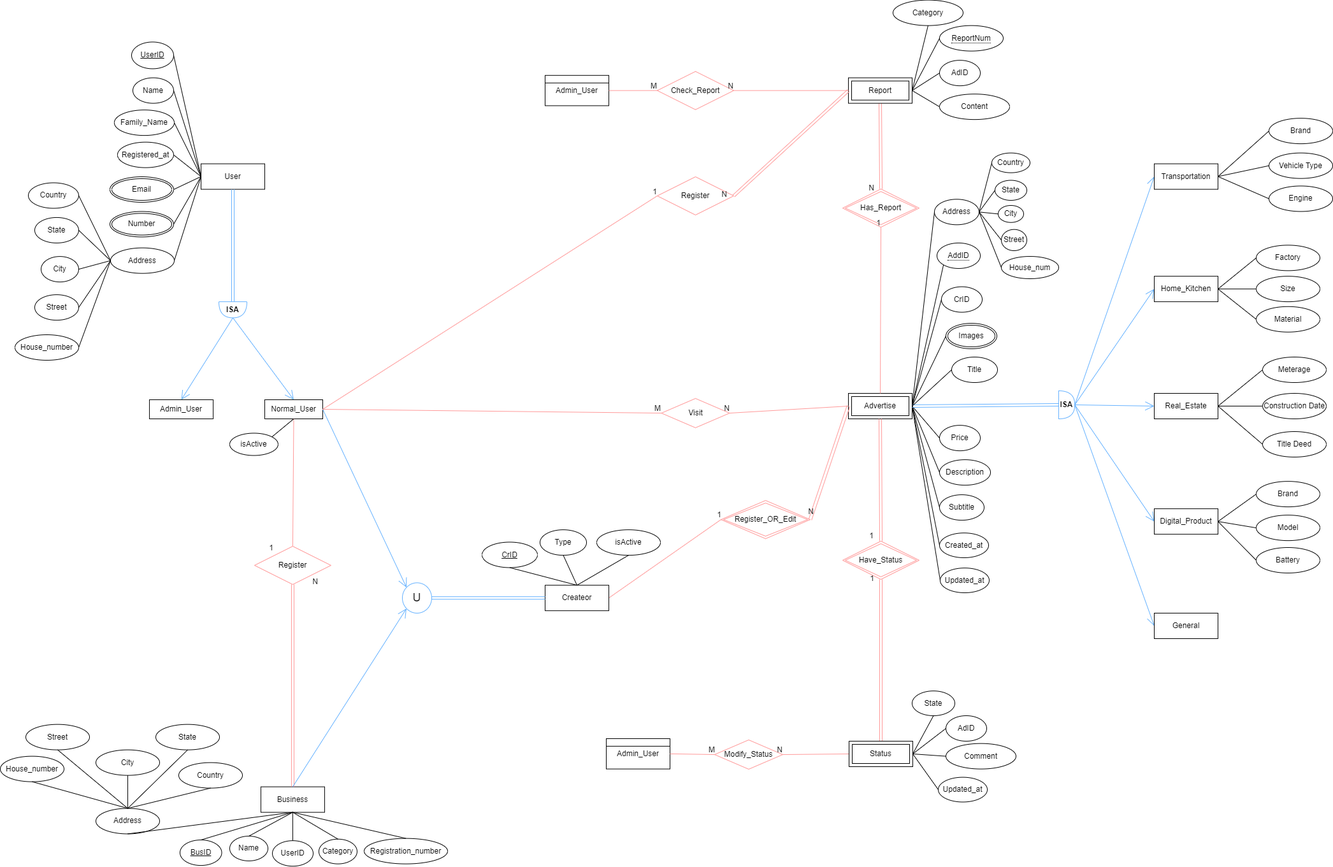
Before: DB_Project_ER.png, a diagram exported from draw.io (raziie/Divar_DB). Source tidied: cells renumbered, new cells last; positions are measured from the earlier drawing's top-left corner, leaving out a move shared by most shapes.
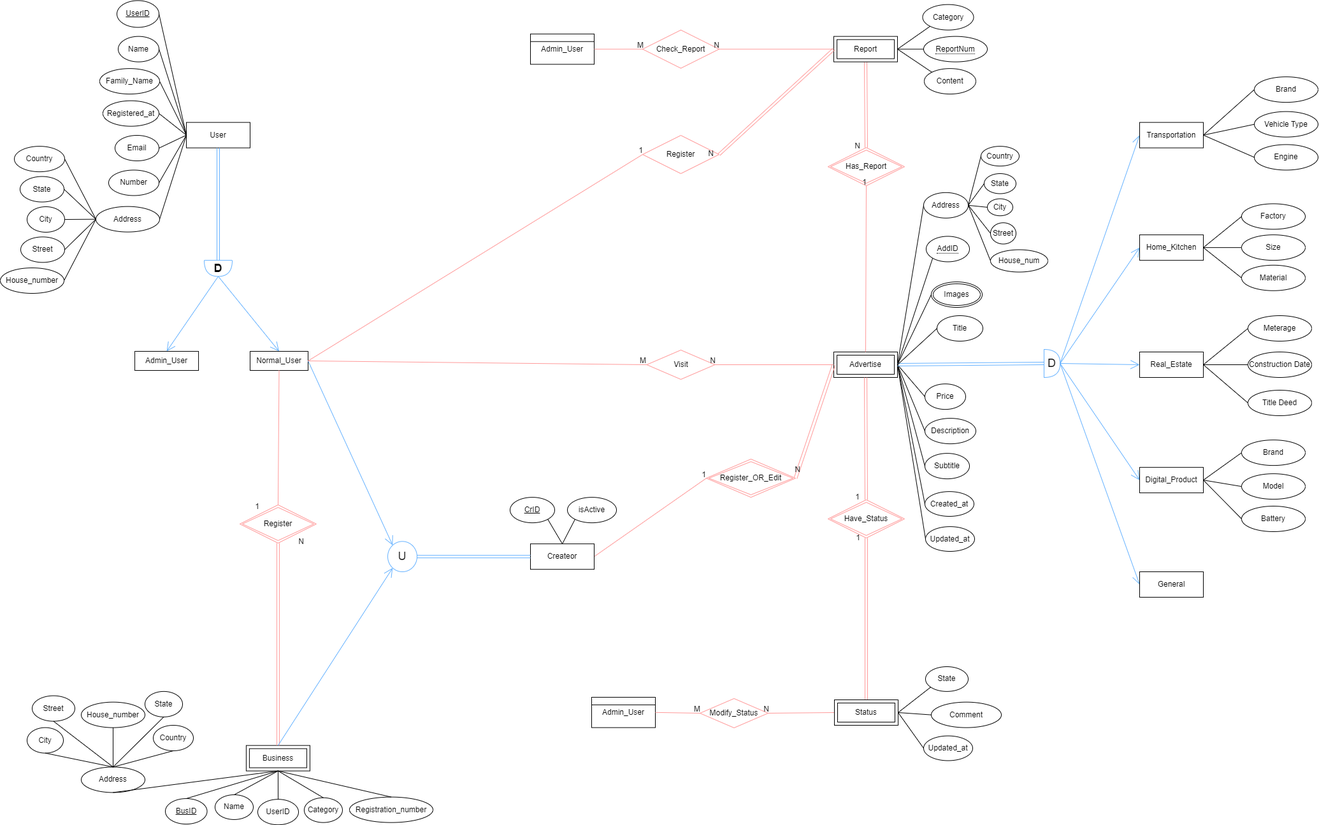
After the commit.

Commit message:
update sql for table creation

What changed in the source:
```diff
@@ -24,5 +24,2 @@
     </mxCell>
-    <mxCell id="8" value="CrID" style="ellipse;whiteSpace=wrap;html=1;align=center;" parent="1" vertex="1">
-      <mxGeometry x="1477" y="449.6" width="64" height="40" as="geometry" />
-    </mxCell>
     <mxCell id="9" value="Images" style="ellipse;shape=doubleEllipse;margin=3;whiteSpace=wrap;html=1;align=center;" parent="1" vertex="1">
@@ -42,6 +39,3 @@
     </mxCell>
-    <mxCell id="14" value="AdID" style="ellipse;whiteSpace=wrap;html=1;align=center;" parent="1" vertex="1">
-      <mxGeometry x="1484" y="1123" width="64" height="40" as="geometry" />
-    </mxCell>
-    <mxCell id="15" value="Business" style="whiteSpace=wrap;html=1;align=center;" parent="1" vertex="1">
+    <mxCell id="15" value="Business" style="shape=ext;margin=3;double=1;whiteSpace=wrap;html=1;align=center;" parent="1" vertex="1">
       <mxGeometry x="408.9" y="1234.6" width="100" height="40" as="geometry" />
@@ -58,7 +52,4 @@
     <mxCell id="19" value="Content" style="ellipse;whiteSpace=wrap;html=1;align=center;" parent="1" vertex="1">
-      <mxGeometry x="1474" y="147.1" width="110" height="40" as="geometry" />
+      <mxGeometry x="1473" y="172.1" width="81" height="40" as="geometry" />
     </mxCell>
-    <mxCell id="20" value="AdID" style="ellipse;whiteSpace=wrap;html=1;align=center;" parent="1" vertex="1">
-      <mxGeometry x="1474" y="94.1" width="64" height="40" as="geometry" />
-    </mxCell>
     <mxCell id="21" value="Report" style="shape=ext;margin=3;double=1;whiteSpace=wrap;html=1;align=center;" parent="1" vertex="1">
@@ -102,6 +93,6 @@
     <mxCell id="33" value="Admin_User" style="whiteSpace=wrap;html=1;align=center;" parent="1" vertex="1">
-      <mxGeometry x="234.1" y="627" width="100" height="30" as="geometry" />
+      <mxGeometry x="234.1" y="616" width="100" height="30" as="geometry" />
     </mxCell>
     <mxCell id="34" value="Normal_User" style="whiteSpace=wrap;html=1;align=center;" parent="1" vertex="1">
-      <mxGeometry x="415" y="627" width="91" height="30" as="geometry" />
+      <mxGeometry x="415" y="616" width="91" height="30" as="geometry" />
     </mxCell>
@@ -128,6 +119,3 @@
     </mxCell>
-    <mxCell id="42" style="endArrow=none;html=1;rounded=0;entryX=0;entryY=0.5;entryDx=0;entryDy=0;exitX=1;exitY=0.5;exitDx=0;exitDy=0;" parent="1" edge="1" source="21" target="20">
-      <mxGeometry relative="1" as="geometry" />
-    </mxCell>
-    <mxCell id="43" style="endArrow=none;html=1;rounded=0;entryX=0;entryY=0.5;entryDx=0;entryDy=0;exitX=1;exitY=0.5;exitDx=0;exitDy=0;" parent="1" edge="1" source="21" target="19">
+    <mxCell id="43" style="endArrow=none;html=1;rounded=0;entryX=0;entryY=0;entryDx=0;entryDy=0;exitX=1;exitY=0.5;exitDx=0;exitDy=0;" parent="1" edge="1" source="21" target="19">
       <mxGeometry relative="1" as="geometry" />
@@ -137,5 +125,2 @@
     </mxCell>
-    <mxCell id="45" style="endArrow=none;html=1;rounded=0;entryX=0;entryY=0.5;entryDx=0;entryDy=0;exitX=1;exitY=0.5;exitDx=0;exitDy=0;" parent="1" edge="1" source="22" target="8">
-      <mxGeometry relative="1" as="geometry" />
-    </mxCell>
     <mxCell id="46" style="endArrow=none;html=1;rounded=0;entryX=0;entryY=0.5;entryDx=0;entryDy=0;exitX=1;exitY=0.5;exitDx=0;exitDy=0;" parent="1" edge="1" source="22" target="9">
@@ -155,5 +140,2 @@
     </mxCell>
-    <mxCell id="51" style="endArrow=none;html=1;rounded=0;exitX=1;exitY=0.5;exitDx=0;exitDy=0;entryX=0;entryY=0.5;entryDx=0;entryDy=0;" parent="1" edge="1" source="132" target="14">
-      <mxGeometry relative="1" as="geometry" />
-    </mxCell>
     <mxCell id="52" style="endArrow=none;html=1;rounded=0;exitX=1;exitY=0.5;exitDx=0;exitDy=0;entryX=0;entryY=0.5;entryDx=0;entryDy=0;" parent="1" edge="1" source="132" target="13">
@@ -173,3 +155,3 @@
     </mxCell>
-    <mxCell id="57" value="Register" style="shape=rhombus;perimeter=rhombusPerimeter;whiteSpace=wrap;html=1;align=center;strokeColor=#FF9999;" parent="1" vertex="1">
+    <mxCell id="57" value="Register" style="shape=rhombus;double=1;perimeter=rhombusPerimeter;whiteSpace=wrap;html=1;align=center;strokeColor=#FF9999;" parent="1" vertex="1">
       <mxGeometry x="398.9" y="857" width="120" height="60" as="geometry" />
@@ -195,3 +177,3 @@
     </mxCell>
-    <mxCell id="63" value="&lt;b&gt;ISA&lt;/b&gt;" style="shape=or;whiteSpace=wrap;html=1;direction=south;strokeColor=#66B2FF;" parent="1" vertex="1">
+    <mxCell id="63" value="&lt;font style=&quot;font-size: 18px;&quot;&gt;&lt;b&gt;D&lt;/b&gt;&lt;/font&gt;" style="shape=or;whiteSpace=wrap;html=1;direction=south;strokeColor=#66B2FF;" parent="1" vertex="1">
       <mxGeometry x="343" y="473.1" width="44" height="25.3" as="geometry" />
@@ -212,3 +194,3 @@
     </mxCell>
-    <mxCell id="68" value="&lt;b&gt;ISA&lt;/b&gt;" style="shape=or;whiteSpace=wrap;html=1;direction=east;strokeColor=#66B2FF;" parent="1" vertex="1">
+    <mxCell id="68" value="&lt;font style=&quot;font-size: 18px;&quot;&gt;D&lt;/font&gt;" style="shape=or;whiteSpace=wrap;html=1;direction=east;strokeColor=#66B2FF;" parent="1" vertex="1">
       <mxGeometry x="1661" y="613" width="25.3" height="44" as="geometry" />
@@ -237,3 +219,3 @@
     <mxCell id="76" value="&lt;span style=&quot;border-bottom: 1px dotted&quot;&gt;ReportNum&lt;/span&gt;" style="ellipse;whiteSpace=wrap;html=1;align=center;" parent="1" vertex="1">
-      <mxGeometry x="1474" y="39.6" width="100" height="40" as="geometry" />
+      <mxGeometry x="1472" y="121.6" width="100" height="40" as="geometry" />
     </mxCell>
@@ -273,12 +255,12 @@
     <mxCell id="88" value="isActive" style="ellipse;whiteSpace=wrap;html=1;align=center;" parent="1" vertex="1">
-      <mxGeometry x="936" y="831.1" width="100" height="40" as="geometry" />
+      <mxGeometry x="913" y="845.1" width="77" height="40" as="geometry" />
     </mxCell>
-    <mxCell id="89" style="endArrow=none;html=1;rounded=0;exitX=0.5;exitY=0;exitDx=0;exitDy=0;entryX=0.5;entryY=1;entryDx=0;entryDy=0;" parent="1" edge="1" source="134" target="88">
+    <mxCell id="89" style="endArrow=none;html=1;rounded=0;exitX=0.5;exitY=0;exitDx=0;exitDy=0;entryX=0;entryY=1;entryDx=0;entryDy=0;" parent="1" edge="1" source="134" target="88">
       <mxGeometry relative="1" as="geometry" />
     </mxCell>
-    <mxCell id="90" value="Number" style="ellipse;shape=doubleEllipse;margin=3;whiteSpace=wrap;html=1;align=center;" parent="1" vertex="1">
-      <mxGeometry x="172" y="331.5" width="100" height="40" as="geometry" />
+    <mxCell id="90" value="Number" style="ellipse;shape=ellipse;margin=3;whiteSpace=wrap;html=1;align=center;" parent="1" vertex="1">
+      <mxGeometry x="193" y="331.5" width="79" height="40" as="geometry" />
     </mxCell>
-    <mxCell id="91" value="Email" style="ellipse;shape=doubleEllipse;margin=3;whiteSpace=wrap;html=1;align=center;" parent="1" vertex="1">
-      <mxGeometry x="172" y="277" width="100" height="40" as="geometry" />
+    <mxCell id="91" value="Email" style="ellipse;shape=ellipse;margin=3;whiteSpace=wrap;html=1;align=center;" parent="1" vertex="1">
+      <mxGeometry x="203" y="277" width="69" height="40" as="geometry" />
     </mxCell>
@@ -288,9 +270,9 @@
     <mxCell id="93" value="Country" style="ellipse;whiteSpace=wrap;html=1;align=center;" parent="1" vertex="1">
-      <mxGeometry x="44" y="286.5" width="79" height="40" as="geometry" />
+      <mxGeometry x="45" y="294.1" width="79" height="40" as="geometry" />
     </mxCell>
     <mxCell id="94" value="City" style="ellipse;whiteSpace=wrap;html=1;align=center;" parent="1" vertex="1">
-      <mxGeometry x="64" y="402.1" width="59" height="40" as="geometry" />
+      <mxGeometry x="65" y="389" width="59" height="40" as="geometry" />
     </mxCell>
     <mxCell id="95" value="Street" style="ellipse;whiteSpace=wrap;html=1;align=center;" parent="1" vertex="1">
-      <mxGeometry x="54" y="462.1" width="69" height="40" as="geometry" />
+      <mxGeometry x="55" y="436.4" width="69" height="40" as="geometry" />
     </mxCell>
@@ -381,5 +363,5 @@
     <mxCell id="124" value="Category" style="ellipse;whiteSpace=wrap;html=1;align=center;" parent="1" vertex="1">
-      <mxGeometry x="1401" y="-0.4" width="110" height="40" as="geometry" />
+      <mxGeometry x="1470.5" y="71.6" width="80" height="40" as="geometry" />
     </mxCell>
-    <mxCell id="125" style="endArrow=none;html=1;rounded=0;entryX=0.5;entryY=1;entryDx=0;entryDy=0;exitX=1;exitY=0.5;exitDx=0;exitDy=0;" parent="1" edge="1" source="21" target="124">
+    <mxCell id="125" style="endArrow=none;html=1;rounded=0;entryX=0;entryY=1;entryDx=0;entryDy=0;exitX=1;exitY=0.5;exitDx=0;exitDy=0;" parent="1" edge="1" source="21" target="124">
       <mxGeometry relative="1" as="geometry" />
@@ -387,5 +369,5 @@
     <mxCell id="126" value="State" style="ellipse;whiteSpace=wrap;html=1;align=center;" parent="1" vertex="1">
-      <mxGeometry x="1431" y="1084.1" width="67" height="38.9" as="geometry" />
+      <mxGeometry x="1475" y="1111" width="67" height="38.9" as="geometry" />
     </mxCell>
-    <mxCell id="127" style="endArrow=none;html=1;rounded=0;exitX=1;exitY=0.5;exitDx=0;exitDy=0;entryX=0.5;entryY=1;entryDx=0;entryDy=0;" parent="1" edge="1" source="132" target="126">
+    <mxCell id="127" style="endArrow=none;html=1;rounded=0;exitX=1;exitY=0.5;exitDx=0;exitDy=0;entryX=0;entryY=1;entryDx=0;entryDy=0;" parent="1" edge="1" source="132" target="126">
       <mxGeometry relative="1" as="geometry" />
@@ -417,5 +399,5 @@
     <mxCell id="136" value="CrID" style="ellipse;whiteSpace=wrap;html=1;align=center;fontStyle=4;" parent="1" vertex="1">
-      <mxGeometry x="756" y="850.5" width="87" height="40" as="geometry" />
+      <mxGeometry x="823" y="845.1" width="70" height="40" as="geometry" />
     </mxCell>
-    <mxCell id="137" style="endArrow=none;html=1;rounded=0;exitX=0.5;exitY=0;exitDx=0;exitDy=0;entryX=0.5;entryY=1;entryDx=0;entryDy=0;" parent="1" edge="1" source="134" target="136">
+    <mxCell id="137" style="endArrow=none;html=1;rounded=0;exitX=0.5;exitY=0;exitDx=0;exitDy=0;entryX=1;entryY=1;entryDx=0;entryDy=0;" parent="1" edge="1" source="134" target="136">
       <mxGeometry relative="1" as="geometry" />
@@ -446,10 +428,4 @@
     </mxCell>
-    <mxCell id="146" value="Type" style="ellipse;whiteSpace=wrap;html=1;align=center;" parent="1" vertex="1">
-      <mxGeometry x="847" y="831.1" width="73" height="40" as="geometry" />
-    </mxCell>
-    <mxCell id="147" style="endArrow=none;html=1;rounded=0;entryX=0.5;entryY=1;entryDx=0;entryDy=0;exitX=0.5;exitY=0;exitDx=0;exitDy=0;" parent="1" edge="1" source="134" target="146">
-      <mxGeometry relative="1" as="geometry" />
-    </mxCell>
     <mxCell id="148" value="State" style="ellipse;whiteSpace=wrap;html=1;align=center;" parent="1" vertex="1">
-      <mxGeometry x="54" y="340.9" width="69" height="40" as="geometry" />
+      <mxGeometry x="54" y="341.6" width="69" height="40" as="geometry" />
     </mxCell>
@@ -459,3 +435,3 @@
     <mxCell id="150" value="House_number" style="ellipse;whiteSpace=wrap;html=1;align=center;" parent="1" vertex="1">
-      <mxGeometry x="23" y="525" width="100" height="40" as="geometry" />
+      <mxGeometry x="23" y="485" width="100" height="40" as="geometry" />
     </mxCell>
@@ -468,9 +444,9 @@
     <mxCell id="153" value="Country" style="ellipse;whiteSpace=wrap;html=1;align=center;" parent="1" vertex="1">
-      <mxGeometry x="280" y="1196.6" width="100" height="40" as="geometry" />
+      <mxGeometry x="263" y="1203" width="63" height="40" as="geometry" />
     </mxCell>
     <mxCell id="154" value="City" style="ellipse;whiteSpace=wrap;html=1;align=center;" parent="1" vertex="1">
-      <mxGeometry x="150" y="1176.6" width="100" height="40" as="geometry" />
+      <mxGeometry x="65" y="1206.6" width="57" height="40" as="geometry" />
     </mxCell>
     <mxCell id="155" value="Street" style="ellipse;whiteSpace=wrap;html=1;align=center;" parent="1" vertex="1">
-      <mxGeometry x="40" y="1136.6" width="100" height="40" as="geometry" />
+      <mxGeometry x="73" y="1156.6" width="67" height="40" as="geometry" />
     </mxCell>
@@ -486,3 +462,3 @@
     <mxCell id="159" value="State" style="ellipse;whiteSpace=wrap;html=1;align=center;" parent="1" vertex="1">
-      <mxGeometry x="244" y="1136.6" width="100" height="40" as="geometry" />
+      <mxGeometry x="250" y="1149.9" width="59" height="40" as="geometry" />
     </mxCell>
@@ -492,3 +468,3 @@
     <mxCell id="161" value="House_number" style="ellipse;whiteSpace=wrap;html=1;align=center;" parent="1" vertex="1">
-      <mxGeometry y="1186.6" width="100" height="40" as="geometry" />
+      <mxGeometry x="150" y="1166.6" width="100" height="40" as="geometry" />
     </mxCell>
@@ -501,12 +477,12 @@
     <mxCell id="164" value="Address" style="ellipse;whiteSpace=wrap;html=1;align=center;" parent="1" vertex="1">
-      <mxGeometry x="1466" y="312.3" width="70" height="40" as="geometry" />
+      <mxGeometry x="1472" y="366.8" width="70" height="40" as="geometry" />
     </mxCell>
     <mxCell id="165" value="Country" style="ellipse;whiteSpace=wrap;html=1;align=center;" parent="1" vertex="1">
-      <mxGeometry x="1556" y="239.6" width="60" height="31" as="geometry" />
+      <mxGeometry x="1562" y="294.1" width="60" height="31" as="geometry" />
     </mxCell>
     <mxCell id="166" value="City" style="ellipse;whiteSpace=wrap;html=1;align=center;" parent="1" vertex="1">
-      <mxGeometry x="1566" y="322" width="40" height="26.7" as="geometry" />
+      <mxGeometry x="1572" y="376.5" width="40" height="26.7" as="geometry" />
     </mxCell>
     <mxCell id="167" value="Street" style="ellipse;whiteSpace=wrap;html=1;align=center;" parent="1" vertex="1">
-      <mxGeometry x="1571" y="359.7" width="40" height="33.3" as="geometry" />
+      <mxGeometry x="1577" y="414.2" width="40" height="33.3" as="geometry" />
     </mxCell>
@@ -520,3 +496,3 @@
       <mxGeometry relative="1" as="geometry">
-        <mxPoint x="1536" y="332" as="targetPoint" />
+        <mxPoint x="1542" y="386.5" as="targetPoint" />
       </mxGeometry>
@@ -524,3 +500,3 @@
     <mxCell id="171" value="State" style="ellipse;whiteSpace=wrap;html=1;align=center;" parent="1" vertex="1">
-      <mxGeometry x="1561" y="282.5" width="50" height="31.5" as="geometry" />
+      <mxGeometry x="1567" y="337" width="50" height="31.5" as="geometry" />
     </mxCell>
@@ -530,3 +506,3 @@
     <mxCell id="173" value="House_num" style="ellipse;whiteSpace=wrap;html=1;align=center;" parent="1" vertex="1">
-      <mxGeometry x="1571" y="402" width="90" height="35" as="geometry" />
+      <mxGeometry x="1577" y="456.5" width="90" height="35" as="geometry" />
     </mxCell>
@@ -534,3 +510,3 @@
       <mxGeometry relative="1" as="geometry">
-        <mxPoint x="1536" y="332" as="targetPoint" />
+        <mxPoint x="1542" y="386.5" as="targetPoint" />
       </mxGeometry>
@@ -561,3 +537,3 @@
     <mxCell id="182" value="Visit" style="shape=rhombus;perimeter=rhombusPerimeter;whiteSpace=wrap;html=1;align=center;strokeColor=#FF9999;" parent="1" vertex="1">
-      <mxGeometry x="1037.5" y="625" width="107" height="46" as="geometry" />
+      <mxGeometry x="1037.5" y="614" width="107" height="46" as="geometry" />
     </mxCell>
@@ -603,10 +579,4 @@
     </mxCell>
-    <mxCell id="195" value="isActive" style="ellipse;whiteSpace=wrap;html=1;align=center;" parent="1" vertex="1">
-      <mxGeometry x="360" y="679.5" width="75.9" height="35" as="geometry" />
-    </mxCell>
-    <mxCell id="196" style="endArrow=none;html=1;rounded=0;exitX=1;exitY=0;exitDx=0;exitDy=0;entryX=0.5;entryY=1;entryDx=0;entryDy=0;" parent="1" edge="1" source="195" target="34">
-      <mxGeometry relative="1" as="geometry" />
-    </mxCell>
     <mxCell id="197" value="&lt;span style=&quot;border-bottom: 1px dotted&quot;&gt;AddID&lt;/span&gt;" style="ellipse;whiteSpace=wrap;html=1;align=center;" parent="1" vertex="1">
-      <mxGeometry x="1470" y="380.9" width="68" height="40" as="geometry" />
+      <mxGeometry x="1476" y="435.4" width="68" height="40" as="geometry" />
     </mxCell>
```
